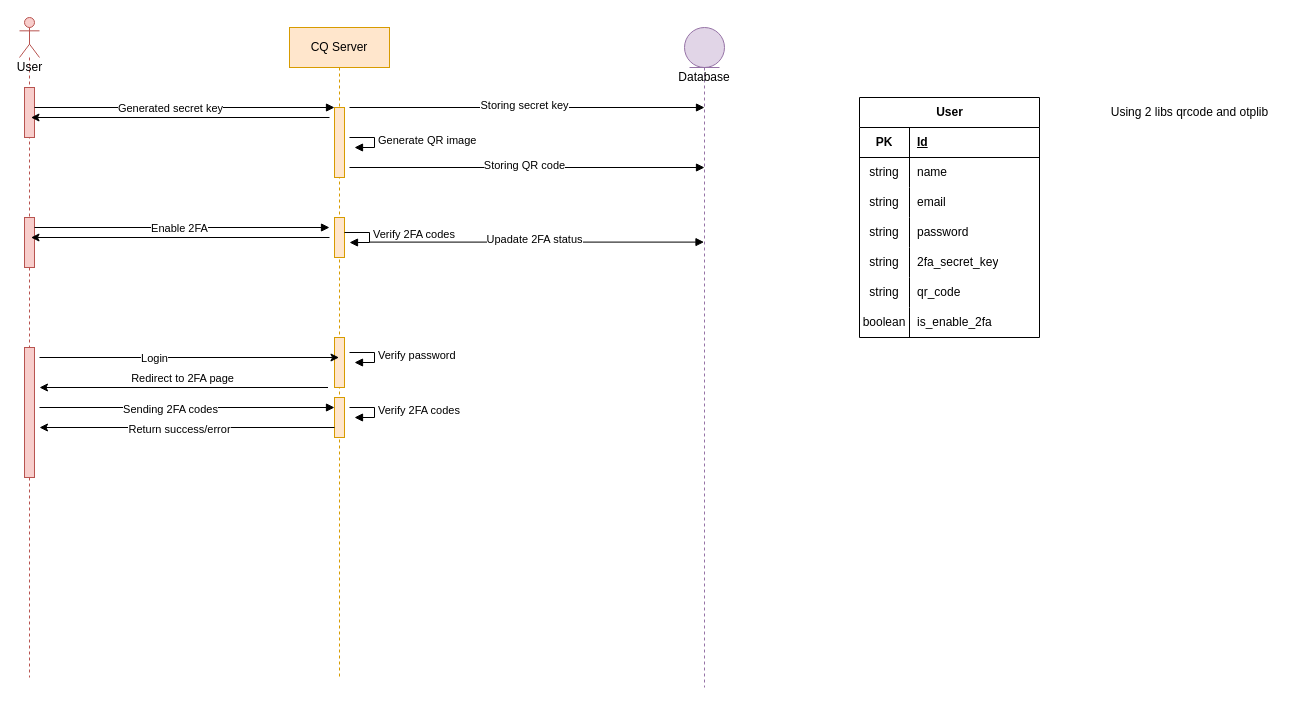
Above: Untitled Diagram.drawio in shine8888/awsome-chat (draw.io), before the change. Source tidied: cells renumbered, new cells numbered last; positions are measured from the earlier drawing's top-left corner, leaving out a move shared by most shapes. Both pictures are drawn from the tidied source at 100%, with x=0, y=0 at pixel (19, 17).
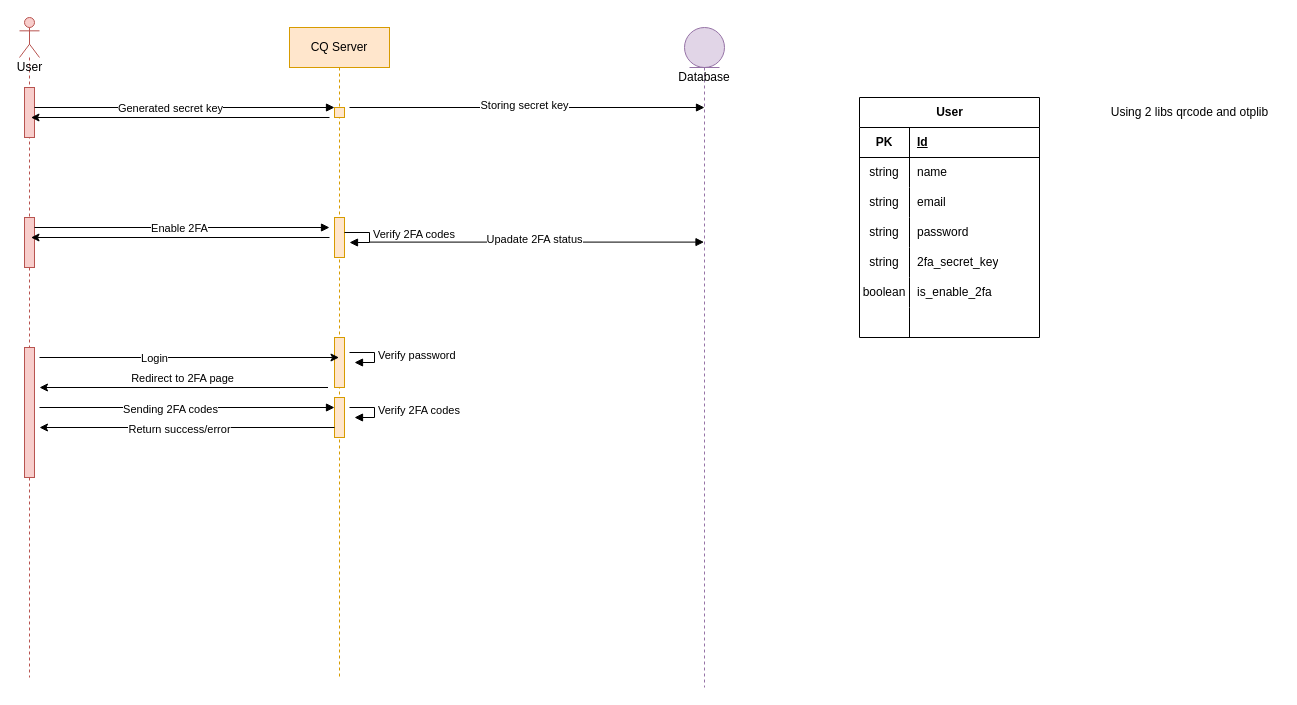
The same page after the edit.

The change refers to these unchanged cells:
```xml
<mxCell id="6" value="CQ Server" style="shape=umlLifeline;perimeter=lifelinePerimeter;whiteSpace=wrap;html=1;outlineConnect=0;fillColor=#ffe6cc;strokeColor=#d79b00;" parent="1" vertex="1">
  <mxGeometry x="270" y="10" width="100" height="650" as="geometry" />
</mxCell>
<mxCell id="52" style="shape=tableRow;horizontal=0;startSize=0;swimlaneHead=0;swimlaneBody=0;fillColor=none;top=0;left=0;right=0;bottom=0;" parent="36" vertex="1">
  <mxGeometry y="180" width="180" height="30" as="geometry" />
</mxCell>
<mxCell id="55" style="shape=tableRow;horizontal=0;startSize=0;swimlaneHead=0;swimlaneBody=0;fillColor=none;top=0;left=0;right=0;bottom=0;" parent="36" vertex="1">
  <mxGeometry y="210" width="180" height="30" as="geometry" />
</mxCell>
```

Change to the diagram source:
```diff
@@
     <mxCell id="7" style="html=1;points=[];perimeter=orthogonalPerimeter;fillColor=#ffe6cc;strokeColor=#d79b00;" parent="6" vertex="1">
-      <mxGeometry x="45" y="80" width="10" height="70" as="geometry" />
+      <mxGeometry x="45" y="80" width="10" height="10" as="geometry" />
     </mxCell>
@@
-    <mxCell id="20" value="Generate QR image" style="edgeStyle=orthogonalEdgeStyle;html=1;align=left;spacingLeft=2;endArrow=block;rounded=0;entryX=1;entryY=0;" parent="1" edge="1">
-      <mxGeometry relative="1" as="geometry">
-        <mxPoint x="330" y="120" as="sourcePoint" />
-        <mxPoint x="335" y="130" as="targetPoint" />
-        <Array as="points">
-          <mxPoint x="355" y="120" />
-          <mxPoint x="355" y="130" />
-        </Array>
-      </mxGeometry>
-    </mxCell>
-    <mxCell id="21" style="html=1;verticalAlign=bottom;endArrow=block;rounded=0;" parent="1" edge="1">
-      <mxGeometry relative="1" as="geometry">
-        <mxPoint x="330" y="150" as="sourcePoint" />
-        <mxPoint x="685" y="150" as="targetPoint" />
-      </mxGeometry>
-    </mxCell>
-    <mxCell id="22" value="Storing QR code" style="edgeLabel;html=1;align=center;verticalAlign=middle;" parent="21" vertex="1">
-      <mxGeometry x="-0.02" y="3" relative="1" as="geometry" />
-    </mxCell>
@@
-    <mxCell id="53" value="string" style="shape=partialRectangle;fillColor=none;top=0;left=0;bottom=0;right=0;overflow=hidden;whiteSpace=wrap;html=1;" parent="52" vertex="1">
+    <mxCell id="53" style="shape=partialRectangle;fillColor=none;top=0;left=0;bottom=0;right=0;overflow=hidden;whiteSpace=wrap;html=1;" parent="52" vertex="1">
       <mxGeometry width="50" height="30" as="geometry" />
     </mxCell>
-    <mxCell id="54" value="qr_code" style="shape=partialRectangle;fillColor=none;top=0;left=0;bottom=0;right=0;align=left;spacingLeft=6;overflow=hidden;whiteSpace=wrap;html=1;" parent="52" vertex="1">
+    <mxCell id="54" style="shape=partialRectangle;fillColor=none;top=0;left=0;bottom=0;right=0;align=left;spacingLeft=6;overflow=hidden;whiteSpace=wrap;html=1;" parent="52" vertex="1">
       <mxGeometry x="50" width="130" height="30" as="geometry" />
     </mxCell>
@@
-    <mxCell id="56" value="boolean" style="shape=partialRectangle;fillColor=none;top=0;left=0;bottom=0;right=0;overflow=hidden;whiteSpace=wrap;html=1;" parent="55" vertex="1">
+    <mxCell id="56" style="shape=partialRectangle;fillColor=none;top=0;left=0;bottom=0;right=0;overflow=hidden;whiteSpace=wrap;html=1;" parent="55" vertex="1">
       <mxGeometry width="50" height="30" as="geometry" />
     </mxCell>
-    <mxCell id="57" value="is_enable_2fa" style="shape=partialRectangle;fillColor=none;top=0;left=0;bottom=0;right=0;align=left;spacingLeft=6;overflow=hidden;whiteSpace=wrap;html=1;" parent="55" vertex="1">
+    <mxCell id="57" style="shape=partialRectangle;fillColor=none;top=0;left=0;bottom=0;right=0;align=left;spacingLeft=6;overflow=hidden;whiteSpace=wrap;html=1;" parent="55" vertex="1">
       <mxGeometry x="50" width="130" height="30" as="geometry" />
     </mxCell>
@@
+    <mxCell id="59" value="boolean" style="shape=partialRectangle;fillColor=none;top=0;left=0;bottom=0;right=0;overflow=hidden;whiteSpace=wrap;html=1;" parent="1" vertex="1">
+      <mxGeometry x="840" y="260" width="50" height="30" as="geometry" />
+    </mxCell>
+    <mxCell id="60" value="is_enable_2fa" style="shape=partialRectangle;fillColor=none;top=0;left=0;bottom=0;right=0;align=left;spacingLeft=6;overflow=hidden;whiteSpace=wrap;html=1;" parent="1" vertex="1">
+      <mxGeometry x="890" y="260" width="130" height="30" as="geometry" />
+    </mxCell>
```
